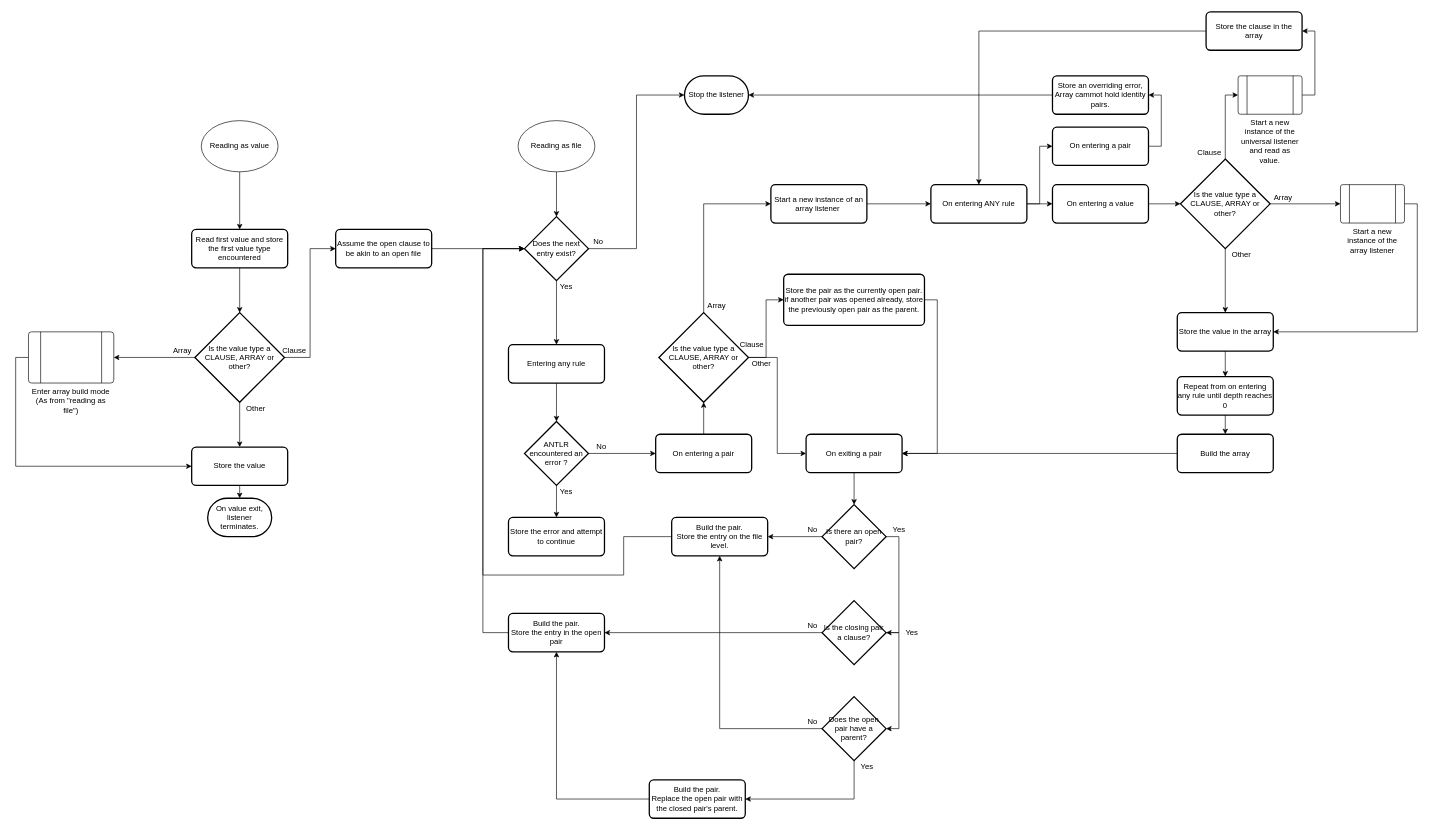
The draw.io diagram documentation/ParserListenerFlowchart.drawio in Realiante/Clausewitz-Java-Core, before the edit. Source tidied: cells renumbered, new cells numbered last; positions are measured from the earlier drawing's top-left corner, leaving out a move shared by most shapes. Both pictures are drawn from the tidied source at 64%, with x=0, y=0 at pixel (28, 12).
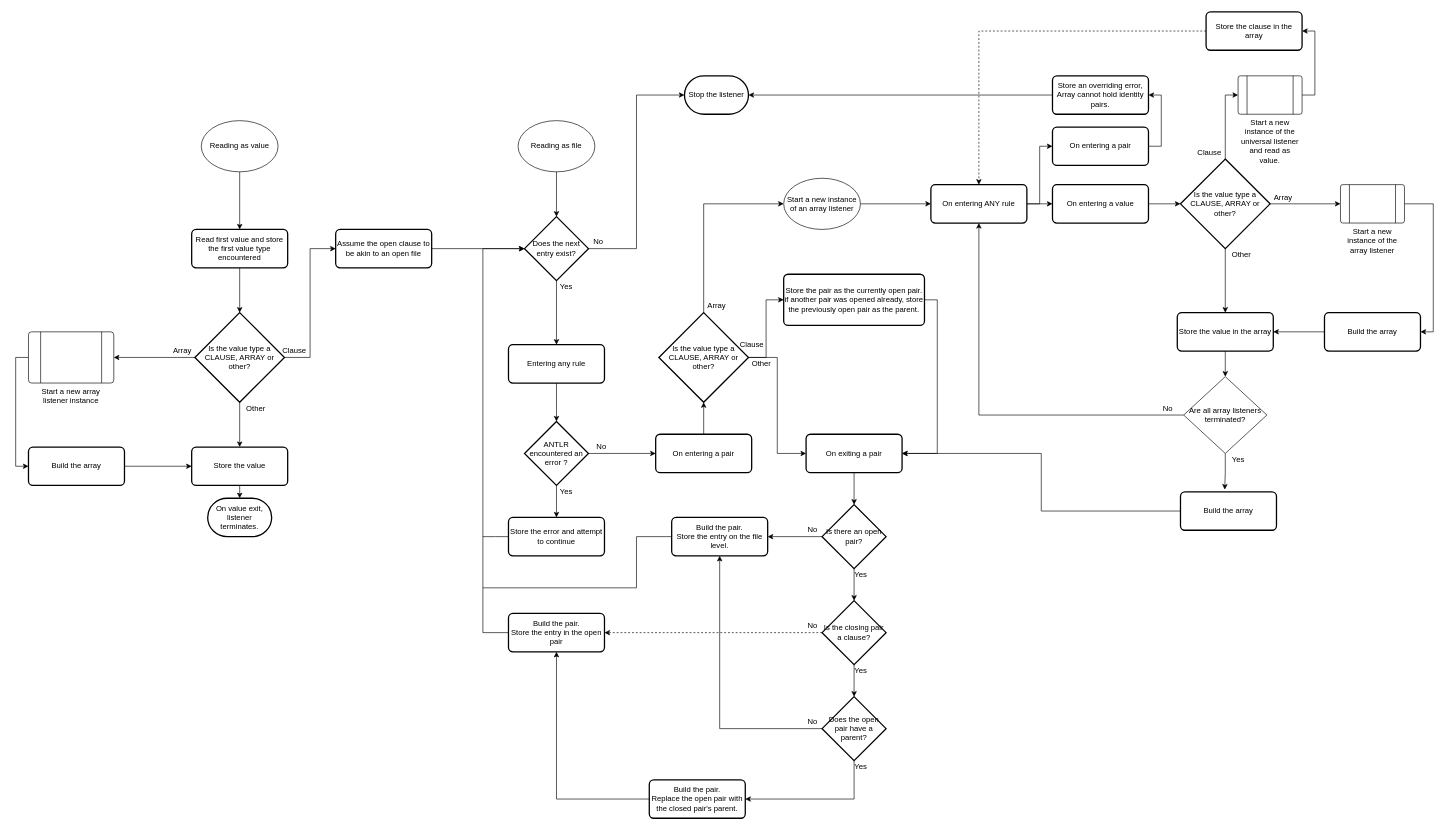
The same page after the edit.

Commit message (it also covers changes not shown here):
Updated docu for future parser rework

Unchanged cells that the change refers to:
```xml
<mxCell id="14" value="Store the value" style="rounded=1;whiteSpace=wrap;html=1;absoluteArcSize=1;arcSize=14;strokeWidth=2;" parent="1" vertex="1">
  <mxGeometry x="255" y="680" width="150" height="60" as="geometry" />
</mxCell>
<mxCell id="23" value="Does the next entry exist?" style="strokeWidth=2;html=1;shape=mxgraph.flowchart.decision;whiteSpace=wrap;" parent="1" vertex="1">
  <mxGeometry x="775" y="320" width="100" height="100" as="geometry" />
</mxCell>
<mxCell id="29" value="Store the error and attempt to continue" style="rounded=1;whiteSpace=wrap;html=1;absoluteArcSize=1;arcSize=14;strokeWidth=2;" parent="1" vertex="1">
  <mxGeometry x="750" y="790" width="150" height="60" as="geometry" />
</mxCell>
<mxCell id="61" value="On entering ANY rule" style="rounded=1;whiteSpace=wrap;html=1;absoluteArcSize=1;arcSize=14;strokeWidth=2;" parent="1" vertex="1">
  <mxGeometry x="1410" y="270" width="150" height="60" as="geometry" />
</mxCell>
<mxCell id="65" value="Store the value in the array" style="rounded=1;whiteSpace=wrap;html=1;absoluteArcSize=1;arcSize=14;strokeWidth=2;" parent="1" vertex="1">
  <mxGeometry x="1795" y="470" width="150" height="60" as="geometry" />
</mxCell>
<mxCell id="72" value="Is there an open pair?" style="strokeWidth=2;html=1;shape=mxgraph.flowchart.decision;whiteSpace=wrap;" parent="1" vertex="1">
  <mxGeometry x="1240" y="770" width="100" height="100" as="geometry" />
</mxCell>
<mxCell id="75" value="Is the closing pair a clause?" style="strokeWidth=2;html=1;shape=mxgraph.flowchart.decision;whiteSpace=wrap;" parent="1" vertex="1">
  <mxGeometry x="1240" y="920" width="100" height="100" as="geometry" />
</mxCell>
<mxCell id="78" value="Does the open pair have a parent?" style="strokeWidth=2;html=1;shape=mxgraph.flowchart.decision;whiteSpace=wrap;" parent="1" vertex="1">
  <mxGeometry x="1240" y="1070" width="100" height="100" as="geometry" />
</mxCell>
<mxCell id="79" value="Build the pair.&lt;br&gt;Store the entry on the file level." style="rounded=1;whiteSpace=wrap;html=1;absoluteArcSize=1;arcSize=14;strokeWidth=2;" parent="1" vertex="1">
  <mxGeometry x="1005" y="790" width="150" height="60" as="geometry" />
</mxCell>
<mxCell id="81" value="Build the pair.&lt;br&gt;Store the entry in the open pair" style="rounded=1;whiteSpace=wrap;html=1;absoluteArcSize=1;arcSize=14;strokeWidth=2;" parent="1" vertex="1">
  <mxGeometry x="750" y="940" width="150" height="60" as="geometry" />
</mxCell>
<mxCell id="96" value="Store the clause in the array" style="rounded=1;whiteSpace=wrap;html=1;absoluteArcSize=1;arcSize=14;strokeWidth=2;" parent="1" vertex="1">
  <mxGeometry x="1840" width="150" height="60" as="geometry" />
</mxCell>
<mxCell id="98" value="Start a new instance of the array listener" style="verticalLabelPosition=bottom;verticalAlign=top;html=1;shape=process;whiteSpace=wrap;rounded=1;size=0.14;arcSize=6;" parent="1" vertex="1">
  <mxGeometry x="2050" y="270" width="100" height="60" as="geometry" />
</mxCell>
```

The edit, as a diff of the source:
```diff
@@
-    <mxCell id="10" style="edgeStyle=orthogonalEdgeStyle;rounded=0;jettySize=auto;html=1;exitX=0;exitY=0.5;exitDx=0;exitDy=0;entryX=0;entryY=0.5;entryDx=0;entryDy=0;" parent="1" edge="1" source="11" target="14">
-      <mxGeometry relative="1" as="geometry" />
-    </mxCell>
+    <mxCell id="100" style="edgeStyle=orthogonalEdgeStyle;rounded=0;jettySize=auto;html=1;exitX=0;exitY=0.5;exitDx=0;exitDy=0;entryX=0;entryY=0.5;entryDx=0;entryDy=0;" parent="1" edge="1" source="11" target="112">
+      <mxGeometry relative="1" as="geometry" />
+    </mxCell>
-    <mxCell id="11" value="Enter array build mode (As from &quot;reading as file&quot;)" style="verticalLabelPosition=bottom;verticalAlign=top;html=1;shape=process;whiteSpace=wrap;rounded=1;size=0.14;arcSize=6;" parent="1" vertex="1">
+    <mxCell id="11" value="Start a new array listener instance" style="verticalLabelPosition=bottom;verticalAlign=top;html=1;shape=process;whiteSpace=wrap;rounded=1;size=0.14;arcSize=6;" parent="1" vertex="1">
       <mxGeometry y="500" width="133.3" height="80" as="geometry" />
     </mxCell>
@@
+    <mxCell id="101" style="edgeStyle=orthogonalEdgeStyle;rounded=0;jettySize=auto;html=1;exitX=0;exitY=0.5;exitDx=0;exitDy=0;endArrow=none;endFill=0;" parent="1" edge="1" source="29">
+      <mxGeometry relative="1" as="geometry">
+        <mxPoint x="710" y="820" as="targetPoint" />
+      </mxGeometry>
+    </mxCell>
@@
-    <mxCell id="47" value="Start a new instance of an array listener&amp;nbsp;" style="rounded=1;whiteSpace=wrap;html=1;absoluteArcSize=1;arcSize=14;strokeWidth=2;" parent="1" vertex="1">
-      <mxGeometry x="1160" y="270" width="150" height="60" as="geometry" />
-    </mxCell>
@@
-    <mxCell id="58" value="Store an overriding error, Array cammot hold identity pairs." style="rounded=1;whiteSpace=wrap;html=1;absoluteArcSize=1;arcSize=14;strokeWidth=2;" parent="1" vertex="1">
+    <mxCell id="58" value="Store an overriding error, Array cannot hold identity pairs." style="rounded=1;whiteSpace=wrap;html=1;absoluteArcSize=1;arcSize=14;strokeWidth=2;" parent="1" vertex="1">
       <mxGeometry x="1600" y="100" width="150" height="60" as="geometry" />
     </mxCell>
@@
-    <mxCell id="64" style="edgeStyle=orthogonalEdgeStyle;rounded=0;jettySize=auto;html=1;exitX=0.5;exitY=1;exitDx=0;exitDy=0;entryX=0.5;entryY=0;entryDx=0;entryDy=0;" parent="1" edge="1" source="65" target="67">
+    <mxCell id="64" style="edgeStyle=orthogonalEdgeStyle;rounded=0;jettySize=auto;html=1;exitX=0.5;exitY=1;exitDx=0;exitDy=0;entryX=0.5;entryY=0;entryDx=0;entryDy=0;" parent="1" edge="1" source="65" target="108">
       <mxGeometry relative="1" as="geometry" />
     </mxCell>
@@
-    <mxCell id="66" style="edgeStyle=orthogonalEdgeStyle;rounded=0;jettySize=auto;html=1;exitX=0.5;exitY=1;exitDx=0;exitDy=0;entryX=0.5;entryY=0;entryDx=0;entryDy=0;" parent="1" edge="1" source="67" target="69">
-      <mxGeometry relative="1" as="geometry" />
-    </mxCell>
-    <mxCell id="67" value="Repeat from on entering any rule until depth reaches 0" style="rounded=1;whiteSpace=wrap;html=1;absoluteArcSize=1;arcSize=14;strokeWidth=2;" parent="1" vertex="1">
-      <mxGeometry x="1795" y="570" width="150" height="60" as="geometry" />
-    </mxCell>
@@
     <mxCell id="69" value="Build the array" style="rounded=1;whiteSpace=wrap;html=1;absoluteArcSize=1;arcSize=14;strokeWidth=2;" parent="1" vertex="1">
-      <mxGeometry x="1795" y="660" width="150" height="60" as="geometry" />
+      <mxGeometry x="1800" y="750" width="150" height="60" as="geometry" />
     </mxCell>
+    <mxCell id="71" style="edgeStyle=orthogonalEdgeStyle;rounded=0;jettySize=auto;html=1;exitX=0;exitY=0.5;exitDx=0;exitDy=0;exitPerimeter=0;entryX=1;entryY=0.5;entryDx=0;entryDy=0;" parent="1" edge="1" source="72" target="79">
+      <mxGeometry relative="1" as="geometry" />
+    </mxCell>
-    <mxCell id="70" style="edgeStyle=orthogonalEdgeStyle;rounded=0;jettySize=auto;html=1;exitX=1;exitY=0.5;exitDx=0;exitDy=0;exitPerimeter=0;entryX=1;entryY=0.5;entryDx=0;entryDy=0;entryPerimeter=0;" parent="1" edge="1" source="72" target="75">
+    <mxCell id="70" style="edgeStyle=orthogonalEdgeStyle;rounded=0;jettySize=auto;html=1;exitX=0.5;exitY=1;exitDx=0;exitDy=0;exitPerimeter=0;entryX=0.5;entryY=0;entryDx=0;entryDy=0;entryPerimeter=0;" parent="1" edge="1" source="72" target="75">
       <mxGeometry relative="1" as="geometry" />
     </mxCell>
-    <mxCell id="71" style="edgeStyle=orthogonalEdgeStyle;rounded=0;jettySize=auto;html=1;exitX=0;exitY=0.5;exitDx=0;exitDy=0;exitPerimeter=0;entryX=1;entryY=0.5;entryDx=0;entryDy=0;" parent="1" edge="1" source="72" target="79">
-      <mxGeometry relative="1" as="geometry" />
-    </mxCell>
@@
+    <mxCell id="74" style="edgeStyle=orthogonalEdgeStyle;rounded=0;jettySize=auto;html=1;exitX=0;exitY=0.5;exitDx=0;exitDy=0;exitPerimeter=0;entryX=1;entryY=0.5;entryDx=0;entryDy=0;dashed=1;" parent="1" edge="1" source="75" target="81">
+      <mxGeometry relative="1" as="geometry" />
+    </mxCell>
-    <mxCell id="73" style="edgeStyle=orthogonalEdgeStyle;rounded=0;jettySize=auto;html=1;exitX=1;exitY=0.5;exitDx=0;exitDy=0;exitPerimeter=0;entryX=1;entryY=0.5;entryDx=0;entryDy=0;entryPerimeter=0;" parent="1" edge="1" source="75" target="78">
+    <mxCell id="73" style="edgeStyle=orthogonalEdgeStyle;rounded=0;jettySize=auto;html=1;exitX=0.5;exitY=1;exitDx=0;exitDy=0;exitPerimeter=0;entryX=0.5;entryY=0;entryDx=0;entryDy=0;entryPerimeter=0;" parent="1" edge="1" source="75" target="78">
       <mxGeometry relative="1" as="geometry" />
     </mxCell>
-    <mxCell id="74" style="edgeStyle=orthogonalEdgeStyle;rounded=0;jettySize=auto;html=1;exitX=0;exitY=0.5;exitDx=0;exitDy=0;exitPerimeter=0;entryX=1;entryY=0.5;entryDx=0;entryDy=0;" parent="1" edge="1" source="75" target="81">
-      <mxGeometry relative="1" as="geometry" />
-    </mxCell>
@@
+    <mxCell id="102" style="edgeStyle=orthogonalEdgeStyle;rounded=0;jettySize=auto;html=1;exitX=0;exitY=0.5;exitDx=0;exitDy=0;endArrow=none;endFill=0;" parent="1" edge="1" source="79">
+      <mxGeometry relative="1" as="geometry">
+        <mxPoint x="710" y="900" as="targetPoint" />
+        <Array as="points">
+          <mxPoint x="950" y="820" />
+          <mxPoint x="950" y="900" />
+        </Array>
+      </mxGeometry>
+    </mxCell>
@@
-    <mxCell id="84" style="edgeStyle=orthogonalEdgeStyle;rounded=0;jettySize=auto;html=1;exitX=0;exitY=0.5;exitDx=0;exitDy=0;entryX=0;entryY=0.5;entryDx=0;entryDy=0;entryPerimeter=0;" parent="1" edge="1" source="79" target="23">
-      <mxGeometry relative="1" as="geometry">
-        <Array as="points">
-          <mxPoint x="930" y="820" />
-          <mxPoint x="930" y="880" />
-          <mxPoint x="710" y="880" />
-          <mxPoint x="710" y="370" />
-        </Array>
-      </mxGeometry>
-    </mxCell>
     <mxCell id="85" value="Yes" style="text;html=1;align=center;verticalAlign=middle;" parent="1" vertex="1">
-      <mxGeometry x="1340" y="800" width="40" height="20" as="geometry" />
+      <mxGeometry x="1280" y="870" width="40" height="20" as="geometry" />
     </mxCell>
@@
     <mxCell id="87" value="Yes" style="text;html=1;align=center;verticalAlign=middle;" parent="1" vertex="1">
-      <mxGeometry x="1360" y="960" width="40" height="20" as="geometry" />
+      <mxGeometry x="1280" y="1020" width="40" height="20" as="geometry" />
     </mxCell>
@@
     <mxCell id="89" value="Yes" style="text;html=1;align=center;verticalAlign=middle;" parent="1" vertex="1">
-      <mxGeometry x="1290" y="1170" width="40" height="20" as="geometry" />
+      <mxGeometry x="1280" y="1170" width="40" height="20" as="geometry" />
     </mxCell>
@@
-    <mxCell id="95" style="edgeStyle=orthogonalEdgeStyle;rounded=0;jettySize=auto;html=1;exitX=0;exitY=0.5;exitDx=0;exitDy=0;entryX=0.5;entryY=0;entryDx=0;entryDy=0;" parent="1" edge="1" source="96" target="61">
+    <mxCell id="95" style="edgeStyle=orthogonalEdgeStyle;rounded=0;jettySize=auto;html=1;exitX=0;exitY=0.5;exitDx=0;exitDy=0;entryX=0.5;entryY=0;entryDx=0;entryDy=0;dashed=1;" parent="1" edge="1" source="96" target="61">
       <mxGeometry relative="1" as="geometry" />
     </mxCell>
@@
-    <mxCell id="97" style="edgeStyle=orthogonalEdgeStyle;rounded=0;jettySize=auto;html=1;exitX=1;exitY=0.5;exitDx=0;exitDy=0;entryX=1;entryY=0.5;entryDx=0;entryDy=0;" parent="1" edge="1" source="98" target="65">
-      <mxGeometry relative="1" as="geometry" />
-    </mxCell>
+    <mxCell id="103" style="edgeStyle=orthogonalEdgeStyle;rounded=0;jettySize=auto;html=1;exitX=1;exitY=0.5;exitDx=0;exitDy=0;entryX=1;entryY=0.5;entryDx=0;entryDy=0;" parent="1" edge="1" source="98" target="105">
+      <mxGeometry relative="1" as="geometry" />
+    </mxCell>
@@
+    <mxCell id="47" value="Start a new instance of an array listener" style="ellipse;whiteSpace=wrap;html=1;" parent="1" vertex="1">
+      <mxGeometry x="1180" y="260" width="120" height="80" as="geometry" />
+    </mxCell>
+    <mxCell id="104" style="edgeStyle=orthogonalEdgeStyle;rounded=0;jettySize=auto;html=1;exitX=0;exitY=0.5;exitDx=0;exitDy=0;entryX=1;entryY=0.5;entryDx=0;entryDy=0;" parent="1" edge="1" source="105" target="65">
+      <mxGeometry relative="1" as="geometry" />
+    </mxCell>
+    <mxCell id="105" value="Build the array" style="rounded=1;whiteSpace=wrap;html=1;absoluteArcSize=1;arcSize=14;strokeWidth=2;" parent="1" vertex="1">
+      <mxGeometry x="2025" y="470" width="150" height="60" as="geometry" />
+    </mxCell>
+    <mxCell id="106" style="edgeStyle=orthogonalEdgeStyle;rounded=0;jettySize=auto;html=1;exitX=0.5;exitY=1;exitDx=0;exitDy=0;entryX=0.461;entryY=-0.058;entryDx=0;entryDy=0;entryPerimeter=0;" parent="1" edge="1" source="108" target="69">
+      <mxGeometry relative="1" as="geometry" />
+    </mxCell>
+    <mxCell id="107" style="edgeStyle=orthogonalEdgeStyle;rounded=0;jettySize=auto;html=1;exitX=0;exitY=0.5;exitDx=0;exitDy=0;entryX=0.5;entryY=1;entryDx=0;entryDy=0;" parent="1" edge="1" source="108" target="61">
+      <mxGeometry relative="1" as="geometry" />
+    </mxCell>
+    <mxCell id="108" value="Are all array listeners terminated?" style="rhombus;whiteSpace=wrap;html=1;" parent="1" vertex="1">
+      <mxGeometry x="1805" y="570" width="130" height="120" as="geometry" />
+    </mxCell>
+    <mxCell id="109" value="No" style="text;html=1;align=center;verticalAlign=middle;" parent="1" vertex="1">
+      <mxGeometry x="1765" y="610" width="30" height="20" as="geometry" />
+    </mxCell>
+    <mxCell id="110" value="Yes" style="text;html=1;align=center;verticalAlign=middle;" parent="1" vertex="1">
+      <mxGeometry x="1870" y="690" width="40" height="20" as="geometry" />
+    </mxCell>
+    <mxCell id="111" style="edgeStyle=orthogonalEdgeStyle;rounded=0;jettySize=auto;html=1;exitX=1;exitY=0.5;exitDx=0;exitDy=0;entryX=0;entryY=0.5;entryDx=0;entryDy=0;" parent="1" edge="1" source="112" target="14">
+      <mxGeometry relative="1" as="geometry" />
+    </mxCell>
+    <mxCell id="112" value="Build the array" style="rounded=1;whiteSpace=wrap;html=1;absoluteArcSize=1;arcSize=14;strokeWidth=2;" parent="1" vertex="1">
+      <mxGeometry y="680" width="150" height="60" as="geometry" />
+    </mxCell>
```
